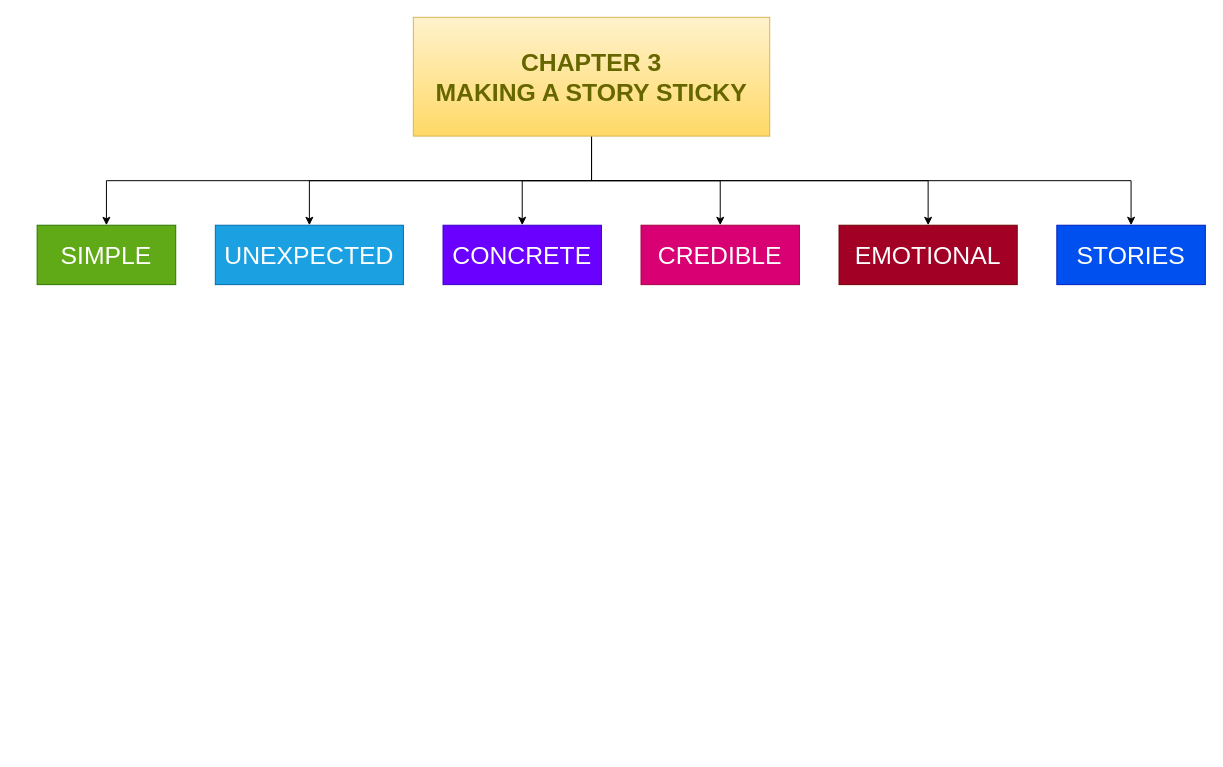
The draw.io diagram CHAPTER3.drawio in SohaYusuf/diagrams, before the edit. Source tidied: cells renumbered, new cells numbered last; positions are measured from the earlier drawing's top-left corner, leaving out a move shared by most shapes. Both pictures are drawn from the tidied source at 99%, with x=0, y=0 at pixel (37, 17).
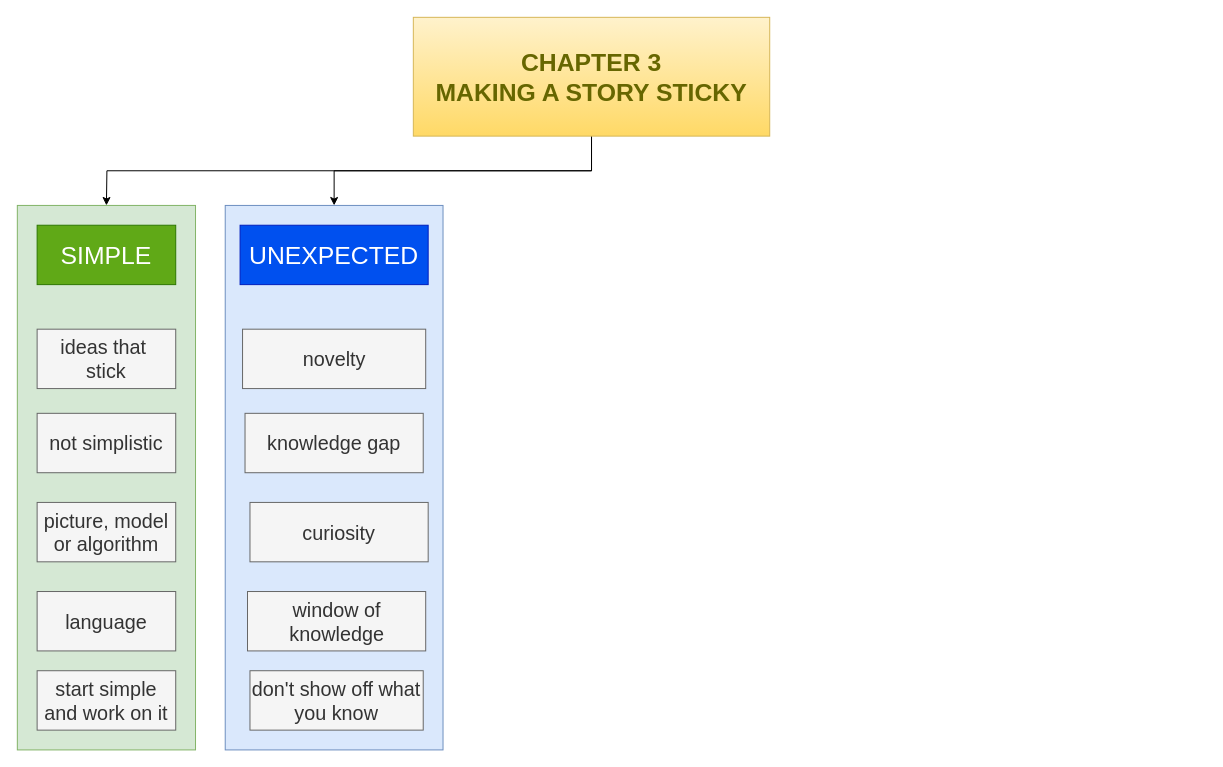
Above is the later version.

The edit, as a diff of the source:
```diff
@@
 <mxGraphModel>
   <root>
     <mxCell id="0" />
     <mxCell id="1" parent="0" />
+    <mxCell id="15" style="rounded=0;whiteSpace=wrap;html=1;fillColor=#d5e8d4;strokeColor=#82b366;" parent="1" vertex="1">
+      <mxGeometry x="-20" y="190" width="180" height="550" as="geometry" />
+    </mxCell>
-    <mxCell id="2" style="edgeStyle=orthogonalEdgeStyle;rounded=0;jettySize=auto;html=1;entryX=0.5;entryY=0;entryDx=0;entryDy=0;exitX=0.5;exitY=1;exitDx=0;exitDy=0;" parent="1" edge="1" source="8" target="14">
-      <mxGeometry relative="1" as="geometry" />
+    <mxCell id="2" style="edgeStyle=orthogonalEdgeStyle;rounded=0;jettySize=auto;html=1;exitX=0.5;exitY=1;exitDx=0;exitDy=0;" parent="1" edge="1" source="8">
+      <mxGeometry relative="1" as="geometry">
+        <mxPoint x="70" y="190" as="targetPoint" />
+      </mxGeometry>
     </mxCell>
-    <mxCell id="3" style="edgeStyle=orthogonalEdgeStyle;rounded=0;jettySize=auto;html=1;exitX=0.5;exitY=1;exitDx=0;exitDy=0;entryX=0.5;entryY=0;entryDx=0;entryDy=0;" parent="1" edge="1" source="8" target="9">
-      <mxGeometry relative="1" as="geometry" />
-    </mxCell>
-    <mxCell id="4" style="edgeStyle=orthogonalEdgeStyle;rounded=0;jettySize=auto;html=1;exitX=0.5;exitY=1;exitDx=0;exitDy=0;entryX=0.5;entryY=0;entryDx=0;entryDy=0;" parent="1" edge="1" source="8" target="10">
-      <mxGeometry relative="1" as="geometry" />
-    </mxCell>
-    <mxCell id="5" style="edgeStyle=orthogonalEdgeStyle;rounded=0;jettySize=auto;html=1;exitX=0.5;exitY=1;exitDx=0;exitDy=0;entryX=0.5;entryY=0;entryDx=0;entryDy=0;" parent="1" edge="1" source="8" target="11">
-      <mxGeometry relative="1" as="geometry" />
-    </mxCell>
-    <mxCell id="6" style="edgeStyle=orthogonalEdgeStyle;rounded=0;jettySize=auto;html=1;exitX=0.5;exitY=1;exitDx=0;exitDy=0;" parent="1" edge="1" source="8" target="12">
-      <mxGeometry relative="1" as="geometry" />
-    </mxCell>
-    <mxCell id="7" style="edgeStyle=orthogonalEdgeStyle;rounded=0;jettySize=auto;html=1;exitX=0.5;exitY=1;exitDx=0;exitDy=0;" parent="1" edge="1" source="8" target="13">
-      <mxGeometry relative="1" as="geometry" />
-    </mxCell>
+    <mxCell id="16" style="edgeStyle=orthogonalEdgeStyle;rounded=0;jettySize=auto;html=1;exitX=0.5;exitY=1;exitDx=0;exitDy=0;entryX=0.5;entryY=0;entryDx=0;entryDy=0;" parent="1" edge="1" source="8" target="21">
+      <mxGeometry relative="1" as="geometry" />
+    </mxCell>
     <mxCell id="8" value="CHAPTER 3&lt;div style=&quot;font-size: 25px;&quot;&gt;MAKING A STORY STICKY&lt;/div&gt;" style="rounded=0;whiteSpace=wrap;html=1;fillColor=#fff2cc;fontSize=25;strokeColor=#d6b656;fontStyle=1;gradientColor=#ffd966;fontColor=#666600;" parent="1" vertex="1">
       <mxGeometry x="380" width="360" height="120" as="geometry" />
     </mxCell>
+    <mxCell id="14" value="SIMPLE" style="rounded=0;whiteSpace=wrap;html=1;fillColor=#60a917;strokeColor=#2D7600;fontSize=25;fontColor=#ffffff;" parent="1" vertex="1">
+      <mxGeometry y="210" width="140" height="60" as="geometry" />
+    </mxCell>
+    <mxCell id="17" value="ideas that&amp;nbsp;&lt;div&gt;stick&lt;/div&gt;" style="rounded=0;whiteSpace=wrap;html=1;fillColor=#f5f5f5;strokeColor=#666666;fontSize=20;fontColor=#333333;" parent="1" vertex="1">
+      <mxGeometry y="315" width="140" height="60" as="geometry" />
+    </mxCell>
+    <mxCell id="18" value="not simplistic" style="rounded=0;whiteSpace=wrap;html=1;fillColor=#f5f5f5;strokeColor=#666666;fontSize=20;fontColor=#333333;" parent="1" vertex="1">
+      <mxGeometry y="400" width="140" height="60" as="geometry" />
+    </mxCell>
+    <mxCell id="19" value="picture, model or algorithm" style="rounded=0;whiteSpace=wrap;html=1;fillColor=#f5f5f5;strokeColor=#666666;fontSize=20;fontColor=#333333;" parent="1" vertex="1">
+      <mxGeometry y="490" width="140" height="60" as="geometry" />
+    </mxCell>
+    <mxCell id="20" value="language" style="rounded=0;whiteSpace=wrap;html=1;fillColor=#f5f5f5;strokeColor=#666666;fontSize=20;fontColor=#333333;" parent="1" vertex="1">
+      <mxGeometry y="580" width="140" height="60" as="geometry" />
+    </mxCell>
+    <mxCell id="21" style="rounded=0;whiteSpace=wrap;html=1;fillColor=#dae8fc;strokeColor=#6c8ebf;" parent="1" vertex="1">
+      <mxGeometry x="190" y="190" width="220" height="550" as="geometry" />
+    </mxCell>
-    <mxCell id="9" value="UNEXPECTED" style="rounded=0;whiteSpace=wrap;html=1;fillColor=#1ba1e2;strokeColor=#006EAF;fontSize=25;fontColor=#ffffff;" parent="1" vertex="1">
-      <mxGeometry x="180" y="210" width="190" height="60" as="geometry" />
+    <mxCell id="9" value="UNEXPECTED" style="rounded=0;whiteSpace=wrap;html=1;fillColor=#0050ef;strokeColor=#001DBC;fontSize=25;fontColor=#ffffff;" parent="1" vertex="1">
+      <mxGeometry x="205" y="210" width="190" height="60" as="geometry" />
     </mxCell>
-    <mxCell id="10" value="CONCRETE" style="rounded=0;whiteSpace=wrap;html=1;fillColor=#6a00ff;strokeColor=#3700CC;fontSize=25;fontColor=#ffffff;" parent="1" vertex="1">
-      <mxGeometry x="410" y="210" width="160" height="60" as="geometry" />
-    </mxCell>
-    <mxCell id="11" value="CREDIBLE" style="rounded=0;whiteSpace=wrap;html=1;fillColor=#d80073;strokeColor=#A50040;fontSize=25;fontColor=#ffffff;" parent="1" vertex="1">
-      <mxGeometry x="610" y="210" width="160" height="60" as="geometry" />
-    </mxCell>
-    <mxCell id="12" value="EMOTIONAL" style="rounded=0;whiteSpace=wrap;html=1;fillColor=#a20025;strokeColor=#6F0000;fontSize=25;fontColor=#ffffff;" parent="1" vertex="1">
-      <mxGeometry x="810" y="210" width="180" height="60" as="geometry" />
-    </mxCell>
-    <mxCell id="13" value="STORIES" style="rounded=0;whiteSpace=wrap;html=1;fontSize=25;fillColor=#0050ef;fontColor=#ffffff;strokeColor=#001DBC;" parent="1" vertex="1">
-      <mxGeometry x="1030" y="210" width="150" height="60" as="geometry" />
-    </mxCell>
-    <mxCell id="14" value="SIMPLE" style="rounded=0;whiteSpace=wrap;html=1;fillColor=#60a917;strokeColor=#2D7600;fontSize=25;fontColor=#ffffff;" parent="1" vertex="1">
-      <mxGeometry y="210" width="140" height="60" as="geometry" />
-    </mxCell>
+    <mxCell id="22" value="novelty" style="rounded=0;whiteSpace=wrap;html=1;fillColor=#f5f5f5;strokeColor=#666666;fontSize=20;fontColor=#333333;" parent="1" vertex="1">
+      <mxGeometry x="207.5" y="315" width="185" height="60" as="geometry" />
+    </mxCell>
+    <mxCell id="23" value="knowledge gap" style="rounded=0;whiteSpace=wrap;html=1;fillColor=#f5f5f5;strokeColor=#666666;fontSize=20;fontColor=#333333;" parent="1" vertex="1">
+      <mxGeometry x="210" y="400" width="180" height="60" as="geometry" />
+    </mxCell>
+    <mxCell id="24" value="curiosity" style="rounded=0;whiteSpace=wrap;html=1;fillColor=#f5f5f5;strokeColor=#666666;fontSize=20;fontColor=#333333;" parent="1" vertex="1">
+      <mxGeometry x="215" y="490" width="180" height="60" as="geometry" />
+    </mxCell>
+    <mxCell id="25" value="window of knowledge" style="rounded=0;whiteSpace=wrap;html=1;fillColor=#f5f5f5;strokeColor=#666666;fontSize=20;fontColor=#333333;" parent="1" vertex="1">
+      <mxGeometry x="212.5" y="580" width="180" height="60" as="geometry" />
+    </mxCell>
+    <mxCell id="26" value="start simple and work on it" style="rounded=0;whiteSpace=wrap;html=1;fillColor=#f5f5f5;strokeColor=#666666;fontSize=20;fontColor=#333333;" parent="1" vertex="1">
+      <mxGeometry y="660" width="140" height="60" as="geometry" />
+    </mxCell>
+    <mxCell id="27" value="don't show off what you know" style="rounded=0;whiteSpace=wrap;html=1;fillColor=#f5f5f5;strokeColor=#666666;fontSize=20;fontColor=#333333;" parent="1" vertex="1">
+      <mxGeometry x="215" y="660" width="175" height="60" as="geometry" />
+    </mxCell>
   </root>
 </mxGraphModel>
```
